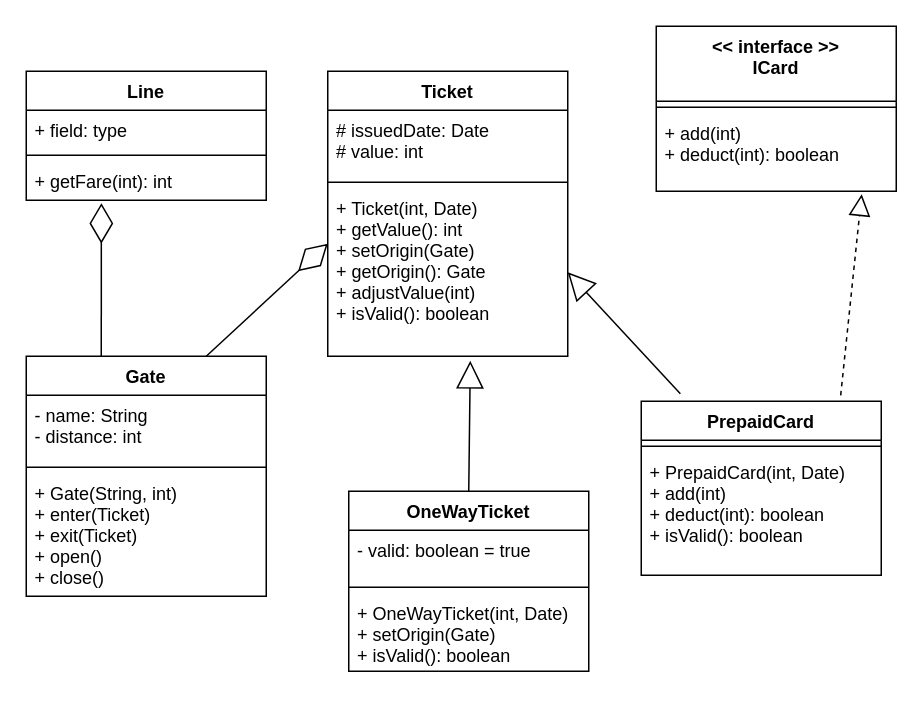
Z-techIT/Aims keeps this draw.io diagram as Ga.drawio. Above is the earlier version. Source tidied: cells renumbered, new cells numbered last; positions are measured from the earlier drawing's top-left corner, leaving out a move shared by most shapes. Both pictures are drawn from the tidied source at 150%, with x=0, y=0 at pixel (26, 26).
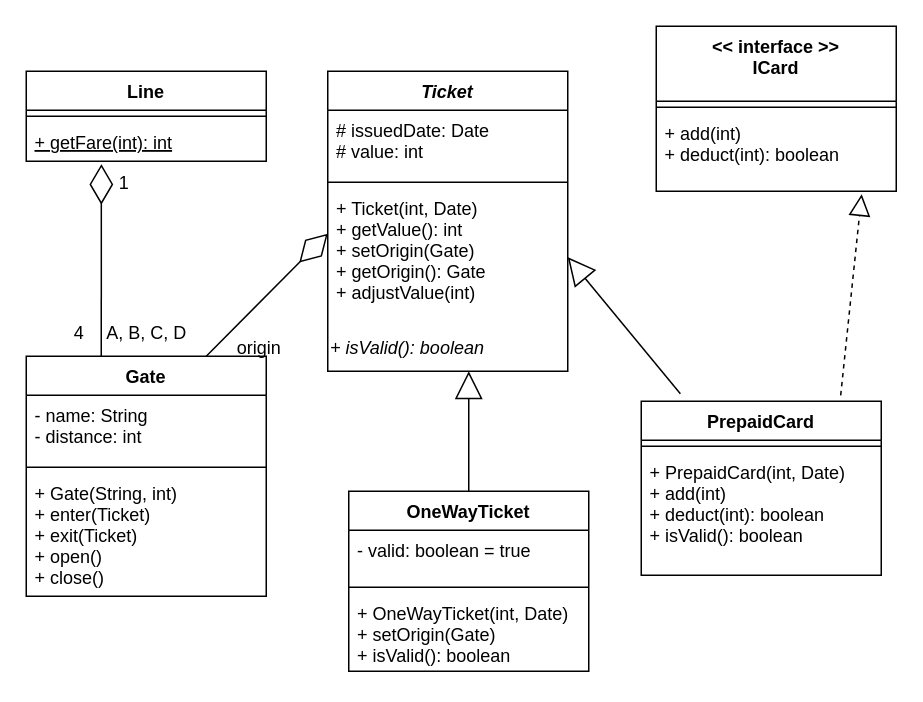
The same diagram, later.

The change refers to these unchanged cells:
```xml
<mxCell id="17" value="OneWayTicket" style="swimlane;fontStyle=1;align=center;verticalAlign=top;horizontal=1;startSize=26;" parent="1" vertex="1">
  <mxGeometry x="215" y="310" width="160" height="120" as="geometry" />
</mxCell>
```

The edit, as a diff of the source:
```diff
@@
     <mxCell id="2" value="Line" style="swimlane;fontStyle=1;align=center;verticalAlign=top;horizontal=1;startSize=26;" parent="1" vertex="1">
-      <mxGeometry y="30" width="160" height="86" as="geometry" />
+      <mxGeometry y="30" width="160" height="60" as="geometry" />
     </mxCell>
-    <mxCell id="3" value="+ field: type" style="text;strokeColor=none;fillColor=none;align=left;verticalAlign=top;spacingLeft=4;spacingRight=4;overflow=hidden;" parent="2" vertex="1">
-      <mxGeometry y="26" width="160" height="26" as="geometry" />
-    </mxCell>
     <mxCell id="4" style="line;strokeWidth=1;fillColor=none;align=left;verticalAlign=middle;spacingTop=-1;spacingLeft=3;spacingRight=3;labelPosition=right;" parent="2" vertex="1">
-      <mxGeometry y="52" width="160" height="8" as="geometry" />
+      <mxGeometry y="26" width="160" height="8" as="geometry" />
     </mxCell>
-    <mxCell id="5" value="+ getFare(int): int" style="text;strokeColor=none;fillColor=none;align=left;verticalAlign=top;spacingLeft=4;spacingRight=4;overflow=hidden;points=[[0,0.5],[1,0.5]];portConstraint=eastwest;" parent="2" vertex="1">
-      <mxGeometry y="60" width="160" height="26" as="geometry" />
+    <mxCell id="5" value="+ getFare(int): int" style="text;strokeColor=none;fillColor=none;align=left;verticalAlign=top;spacingLeft=4;spacingRight=4;overflow=hidden;points=[[0,0.5],[1,0.5]];portConstraint=eastwest;fontStyle=4;" parent="2" vertex="1">
+      <mxGeometry y="34" width="160" height="26" as="geometry" />
     </mxCell>
-    <mxCell id="6" value="Ticket" style="swimlane;fontStyle=1;align=center;verticalAlign=top;horizontal=1;startSize=26;" parent="1" vertex="1">
-      <mxGeometry x="201" y="30" width="160" height="190" as="geometry" />
+    <mxCell id="6" value="Ticket" style="swimlane;fontStyle=3;align=center;verticalAlign=top;horizontal=1;startSize=26;" parent="1" vertex="1">
+      <mxGeometry x="201" y="30" width="160" height="200" as="geometry" />
     </mxCell>
@@
-    <mxCell id="9" value="+ Ticket(int, Date)&#10;+ getValue(): int&#10;+ setOrigin(Gate)&#10;+ getOrigin(): Gate&#10;+ adjustValue(int)&#10;+ isValid(): boolean&#10;" style="text;strokeColor=none;fillColor=none;align=left;verticalAlign=top;spacingLeft=4;spacingRight=4;overflow=hidden;points=[[0,0.5],[1,0.5]];portConstraint=eastwest;" parent="6" vertex="1">
-      <mxGeometry y="78" width="160" height="112" as="geometry" />
+    <mxCell id="9" value="+ Ticket(int, Date)&#10;+ getValue(): int&#10;+ setOrigin(Gate)&#10;+ getOrigin(): Gate&#10;+ adjustValue(int)&#10;&#10;" style="text;strokeColor=none;fillColor=none;align=left;verticalAlign=top;spacingLeft=4;spacingRight=4;overflow=hidden;points=[[0,0.5],[1,0.5]];portConstraint=eastwest;fontStyle=0;" parent="6" vertex="1">
+      <mxGeometry y="78" width="160" height="92" as="geometry" />
     </mxCell>
+    <mxCell id="29" value="+ isValid(): boolean" style="text;html=1;align=left;verticalAlign=middle;fillColor=none;strokeColor=none;rounded=0;fontStyle=2;" parent="6" vertex="1">
+      <mxGeometry y="170" width="160" height="30" as="geometry" />
+    </mxCell>
@@
-    <mxCell id="24" style="endArrow=block;endSize=16;endFill=0;html=1;rounded=0;entryX=0.594;entryY=1.027;entryDx=0;entryDy=0;entryPerimeter=0;exitX=0.5;exitY=0;exitDx=0;exitDy=0;" parent="1" edge="1" source="17" target="9">
-      <mxGeometry y="44" relative="1" as="geometry" />
+    <mxCell id="24" style="endArrow=block;endSize=16;endFill=0;html=1;rounded=0;exitX=0.5;exitY=0;exitDx=0;exitDy=0;" parent="1" edge="1" source="17">
+      <mxGeometry y="44" relative="1" as="geometry">
+        <mxPoint x="295" y="230" as="targetPoint" />
+      </mxGeometry>
     </mxCell>
@@
+    <mxCell id="30" value="1" style="text;html=1;align=center;verticalAlign=middle;fillColor=none;strokeColor=none;rounded=0;" parent="1" vertex="1">
+      <mxGeometry x="50" y="90" width="30" height="30" as="geometry" />
+    </mxCell>
+    <mxCell id="31" value="4" style="text;html=1;align=center;verticalAlign=middle;fillColor=none;strokeColor=none;rounded=0;" parent="1" vertex="1">
+      <mxGeometry x="20" y="190" width="30" height="30" as="geometry" />
+    </mxCell>
+    <mxCell id="32" value="A, B, C, D" style="text;html=1;align=center;verticalAlign=middle;fillColor=none;strokeColor=none;rounded=0;" parent="1" vertex="1">
+      <mxGeometry x="40" y="190" width="80" height="30" as="geometry" />
+    </mxCell>
+    <mxCell id="33" value="origin" style="text;html=1;align=center;verticalAlign=middle;fillColor=none;strokeColor=none;rounded=0;" parent="1" vertex="1">
+      <mxGeometry x="130" y="200" width="50" height="30" as="geometry" />
+    </mxCell>
```
